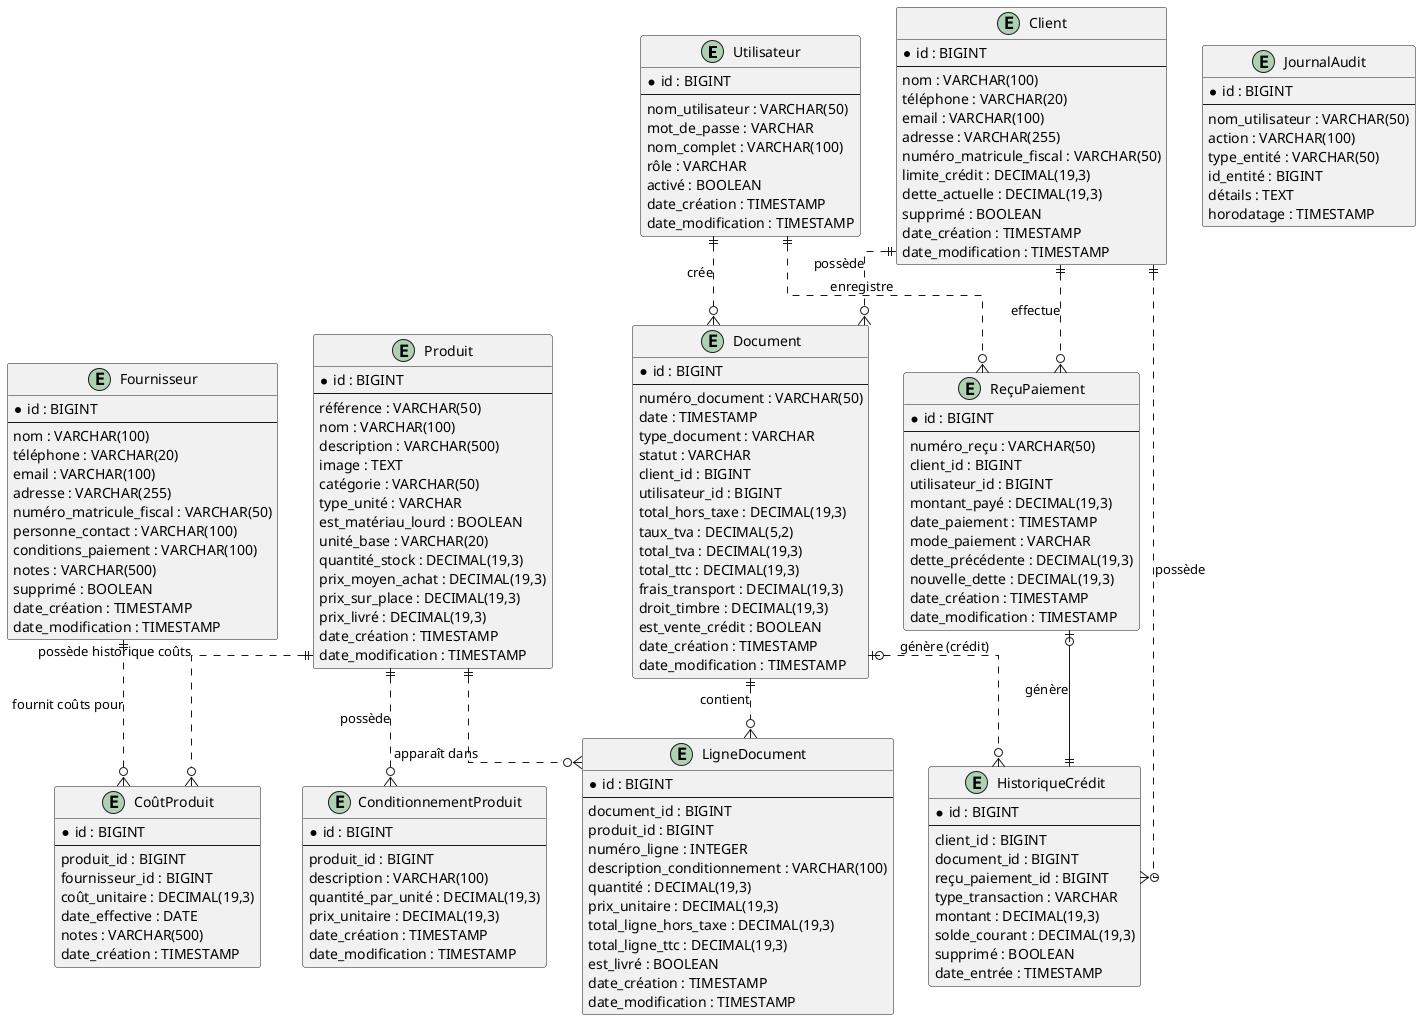
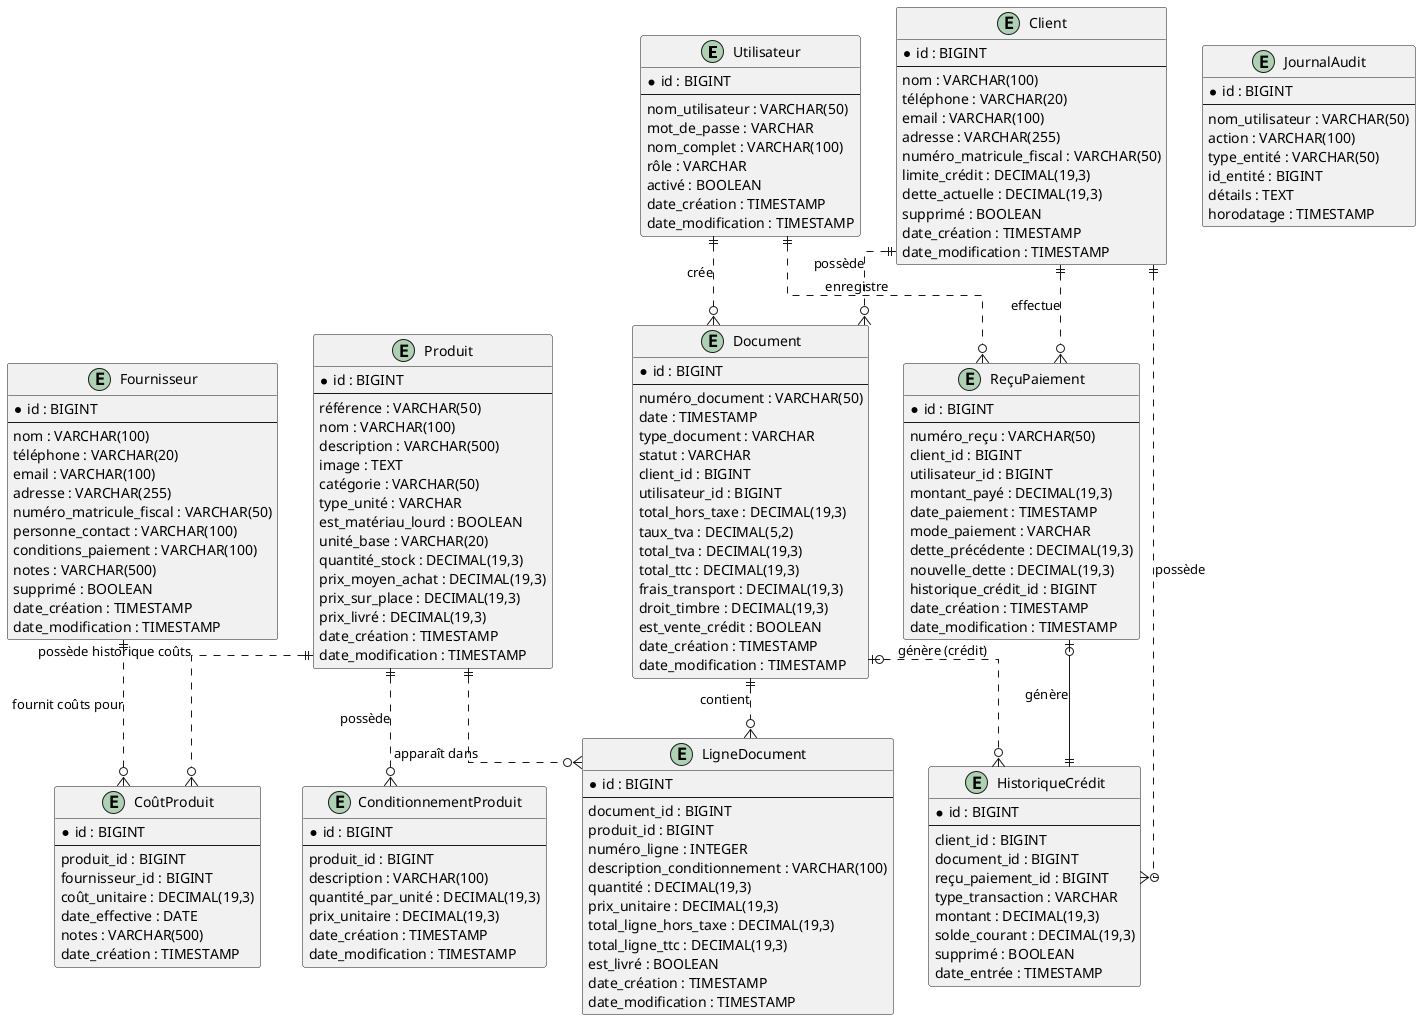
@startuml Relations Entités - Magasin de Matériaux
' INOVEXAHUB - Système de Gestion Commerciale et Point de Vente (POS)
' Sprint 1: Modélisation UML - Relations Entités
' Version: 1.0 (MVP)

skinparam linetype ortho

entity "Utilisateur" as utilisateur {
  *id : BIGINT
  --
  nom_utilisateur : VARCHAR(50)
  mot_de_passe : VARCHAR
  nom_complet : VARCHAR(100)
  rôle : VARCHAR
  activé : BOOLEAN
  date_création : TIMESTAMP
  date_modification : TIMESTAMP
}

entity "Client" as client {
  *id : BIGINT
  --
  nom : VARCHAR(100)
  téléphone : VARCHAR(20)
  email : VARCHAR(100)
  adresse : VARCHAR(255)
  numéro_matricule_fiscal : VARCHAR(50)
  limite_crédit : DECIMAL(19,3)
  dette_actuelle : DECIMAL(19,3)
  supprimé : BOOLEAN
  date_création : TIMESTAMP
  date_modification : TIMESTAMP
}

entity "Fournisseur" as fournisseur {
  *id : BIGINT
  --
  nom : VARCHAR(100)
  téléphone : VARCHAR(20)
  email : VARCHAR(100)
  adresse : VARCHAR(255)
  numéro_matricule_fiscal : VARCHAR(50)
  personne_contact : VARCHAR(100)
  conditions_paiement : VARCHAR(100)
  notes : VARCHAR(500)
  supprimé : BOOLEAN
  date_création : TIMESTAMP
  date_modification : TIMESTAMP
}

entity "Produit" as produit {
  *id : BIGINT
  --
  référence : VARCHAR(50)
  nom : VARCHAR(100)
  description : VARCHAR(500)
  image : TEXT
  catégorie : VARCHAR(50)
  type_unité : VARCHAR
  est_matériau_lourd : BOOLEAN
  unité_base : VARCHAR(20)
  quantité_stock : DECIMAL(19,3)
  prix_moyen_achat : DECIMAL(19,3)
  prix_sur_place : DECIMAL(19,3)
  prix_livré : DECIMAL(19,3)
  date_création : TIMESTAMP
  date_modification : TIMESTAMP
}

entity "ConditionnementProduit" as conditionnement {
  *id : BIGINT
  --
  produit_id : BIGINT
  description : VARCHAR(100)
  quantité_par_unité : DECIMAL(19,3)
  prix_unitaire : DECIMAL(19,3)
  date_création : TIMESTAMP
  date_modification : TIMESTAMP
}

entity "CoûtProduit" as coût_produit {
  *id : BIGINT
  --
  produit_id : BIGINT
  fournisseur_id : BIGINT
  coût_unitaire : DECIMAL(19,3)
  date_effective : DATE
  notes : VARCHAR(500)
  date_création : TIMESTAMP
}

entity "Document" as document {
  *id : BIGINT
  --
  numéro_document : VARCHAR(50)
  date : TIMESTAMP
  type_document : VARCHAR
  statut : VARCHAR
  client_id : BIGINT
  utilisateur_id : BIGINT
  total_hors_taxe : DECIMAL(19,3)
  taux_tva : DECIMAL(5,2)
  total_tva : DECIMAL(19,3)
  total_ttc : DECIMAL(19,3)
  frais_transport : DECIMAL(19,3)
  droit_timbre : DECIMAL(19,3)
  est_vente_crédit : BOOLEAN
  date_création : TIMESTAMP
  date_modification : TIMESTAMP
}

entity "LigneDocument" as ligne_document {
  *id : BIGINT
  --
  document_id : BIGINT
  produit_id : BIGINT
  numéro_ligne : INTEGER
  description_conditionnement : VARCHAR(100)
  quantité : DECIMAL(19,3)
  prix_unitaire : DECIMAL(19,3)
  total_ligne_hors_taxe : DECIMAL(19,3)
  total_ligne_ttc : DECIMAL(19,3)
  est_livré : BOOLEAN
  date_création : TIMESTAMP
  date_modification : TIMESTAMP
}

entity "ReçuPaiement" as reçu_paiement {
  *id : BIGINT
  --
  numéro_reçu : VARCHAR(50)
  client_id : BIGINT
  utilisateur_id : BIGINT
  montant_payé : DECIMAL(19,3)
  date_paiement : TIMESTAMP
  mode_paiement : VARCHAR
  dette_précédente : DECIMAL(19,3)
  nouvelle_dette : DECIMAL(19,3)
+   historique_crédit_id : BIGINT
  date_création : TIMESTAMP
  date_modification : TIMESTAMP
}

entity "HistoriqueCrédit" as historique_crédit {
  *id : BIGINT
  --
  client_id : BIGINT
  document_id : BIGINT
  reçu_paiement_id : BIGINT
  type_transaction : VARCHAR
  montant : DECIMAL(19,3)
  solde_courant : DECIMAL(19,3)
  supprimé : BOOLEAN
  date_entrée : TIMESTAMP
}

entity "JournalAudit" as journal_audit {
  *id : BIGINT
  --
  nom_utilisateur : VARCHAR(50)
  action : VARCHAR(100)
  type_entité : VARCHAR(50)
  id_entité : BIGINT
  détails : TEXT
  horodatage : TIMESTAMP
}

' ============================================
' RELATIONS
' ============================================

utilisateur ||..o{ document : "crée"
utilisateur ||..o{ reçu_paiement : "enregistre"

client ||..o{ document : "possède"
client ||..o{ reçu_paiement : "effectue"
client ||..o{ historique_crédit : "possède"

produit ||..o{ conditionnement : "possède"
produit ||..o{ coût_produit : "possède historique coûts"
produit ||..o{ ligne_document : "apparaît dans"

fournisseur ||..o{ coût_produit : "fournit coûts pour"

document ||..o{ ligne_document : "contient"
document |o..o{ historique_crédit : "génère (crédit)"

reçu_paiement |o--|| historique_crédit : "génère"

@enduml
